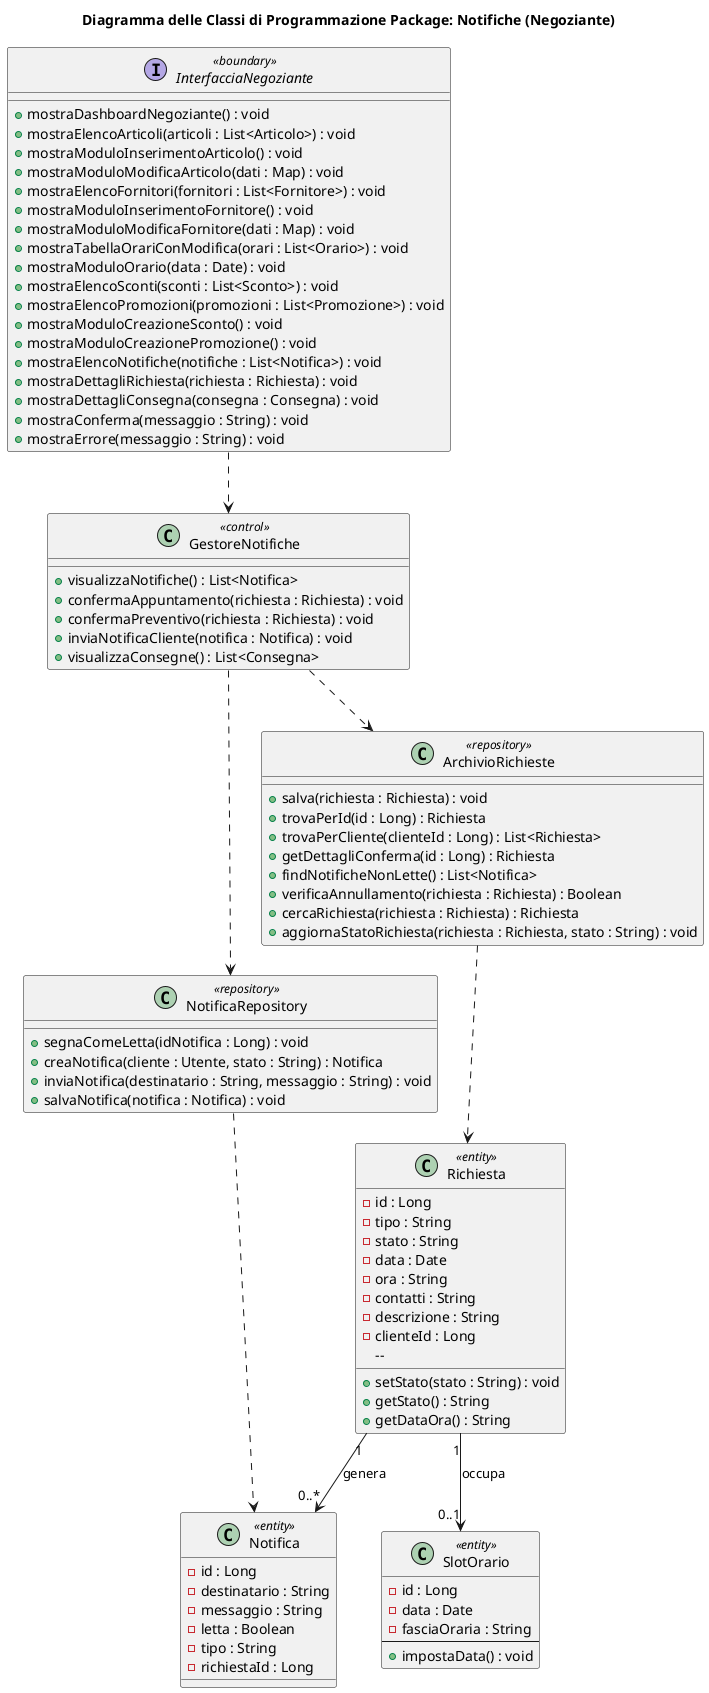
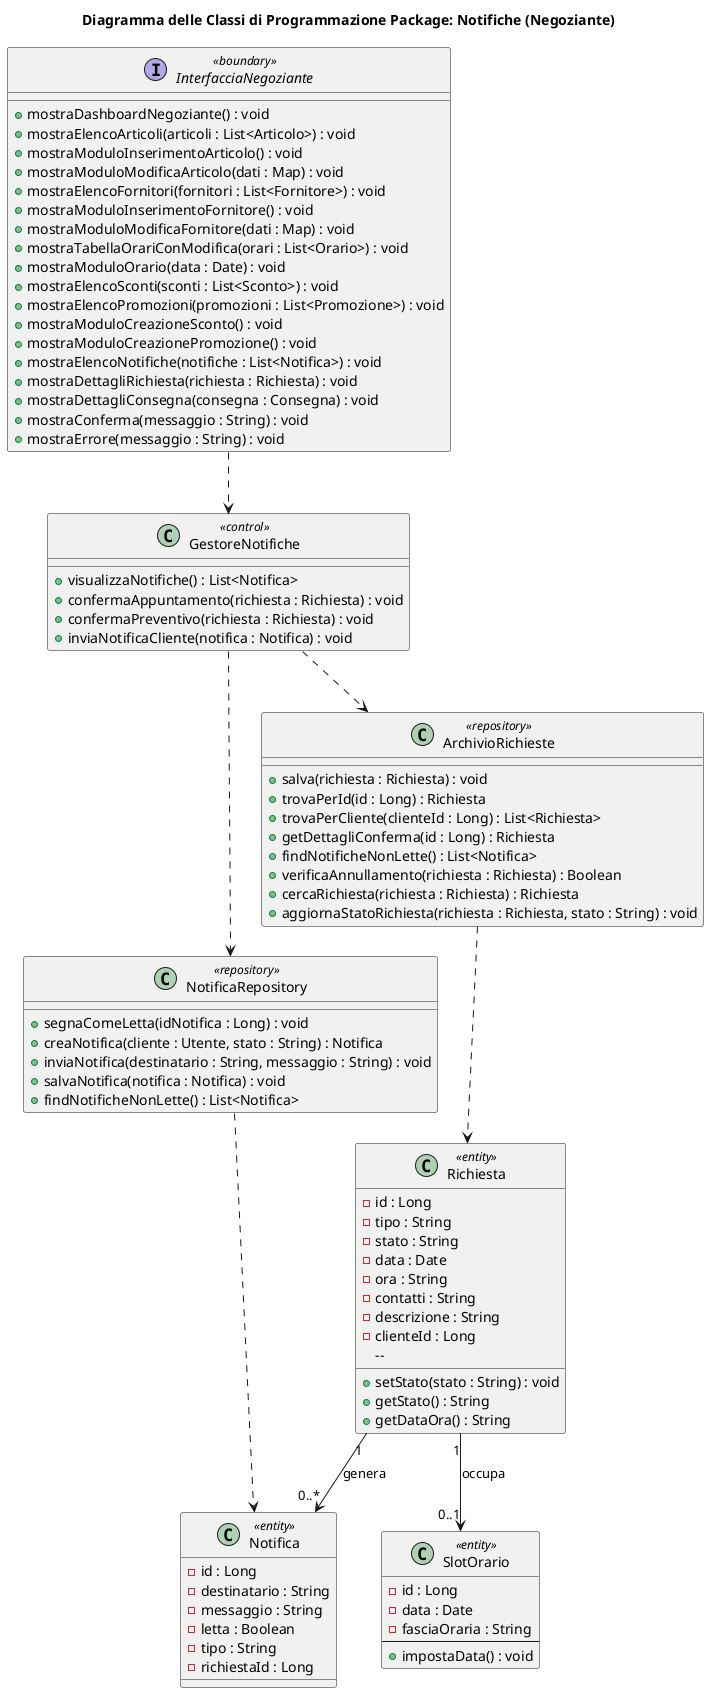
@startuml
title  Diagramma delle Classi di Programmazione Package: Notifiche (Negoziante)

interface InterfacciaNegoziante <<boundary>>
class GestoreNotifiche <<control>>
class NotificaRepository <<repository>>
class ArchivioRichieste <<repository>>
class SlotOrario <<entity>>

interface "InterfacciaNegoziante" <<boundary>> {
    ' Dashboard
    + mostraDashboardNegoziante() : void
    ' Gestione Catalogo
    + mostraElencoArticoli(articoli : List<Articolo>) : void
    + mostraModuloInserimentoArticolo() : void
    + mostraModuloModificaArticolo(dati : Map) : void
    ' Gestione Fornitori
    + mostraElencoFornitori(fornitori : List<Fornitore>) : void
    + mostraModuloInserimentoFornitore() : void
    + mostraModuloModificaFornitore(dati : Map) : void
    ' Gestione Orari
    + mostraTabellaOrariConModifica(orari : List<Orario>) : void
    + mostraModuloOrario(data : Date) : void
    ' Gestione Offerte
    + mostraElencoSconti(sconti : List<Sconto>) : void
    + mostraElencoPromozioni(promozioni : List<Promozione>) : void
    + mostraModuloCreazioneSconto() : void
    + mostraModuloCreazionePromozione() : void
    ' Gestione Notifiche
    + mostraElencoNotifiche(notifiche : List<Notifica>) : void
    + mostraDettagliRichiesta(richiesta : Richiesta) : void
    + mostraDettagliConsegna(consegna : Consegna) : void
    ' Messaggi comuni
    + mostraConferma(messaggio : String) : void
    + mostraErrore(messaggio : String) : void
}
class GestoreNotifiche <<control>> {
    + visualizzaNotifiche() : List<Notifica>
    + confermaAppuntamento(richiesta : Richiesta) : void
    + confermaPreventivo(richiesta : Richiesta) : void
    + inviaNotificaCliente(notifica : Notifica) : void
-     + visualizzaConsegne() : List<Consegna>
}
class ArchivioRichieste <<repository>> {
    + salva(richiesta : Richiesta) : void
    + trovaPerId(id : Long) : Richiesta
    + trovaPerCliente(clienteId : Long) : List<Richiesta>
    + getDettagliConferma(id : Long) : Richiesta
    + findNotificheNonLette() : List<Notifica>
    + verificaAnnullamento(richiesta : Richiesta) : Boolean
    + cercaRichiesta(richiesta : Richiesta) : Richiesta
    + aggiornaStatoRichiesta(richiesta : Richiesta, stato : String) : void
}
class NotificaRepository <<repository>> {
    + segnaComeLetta(idNotifica : Long) : void
    + creaNotifica(cliente : Utente, stato : String) : Notifica
    + inviaNotifica(destinatario : String, messaggio : String) : void
    + salvaNotifica(notifica : Notifica) : void
+     + findNotificheNonLette() : List<Notifica>
}

class Richiesta <<entity>> {
    - id : Long
    - tipo : String
    - stato : String
    - data : Date
    - ora : String
    - contatti : String
    - descrizione : String
    - clienteId : Long
     --
    + setStato(stato : String) : void
    + getStato() : String
    + getDataOra() : String
}

class Notifica <<entity>> {
    - id : Long
    - destinatario : String
    - messaggio : String
    - letta : Boolean
    - tipo : String
    - richiestaId : Long
}

class SlotOrario <<entity>> {
    - id : Long
    - data : Date
    - fasciaOraria : String
    --
    + impostaData() : void
}


InterfacciaNegoziante ..> GestoreNotifiche
GestoreNotifiche ..> NotificaRepository
GestoreNotifiche ..> ArchivioRichieste
NotificaRepository ..> Notifica
ArchivioRichieste ..> Richiesta
Richiesta "1" --> "0..*" Notifica :genera
Richiesta "1" --> "0..1" SlotOrario :occupa

@enduml